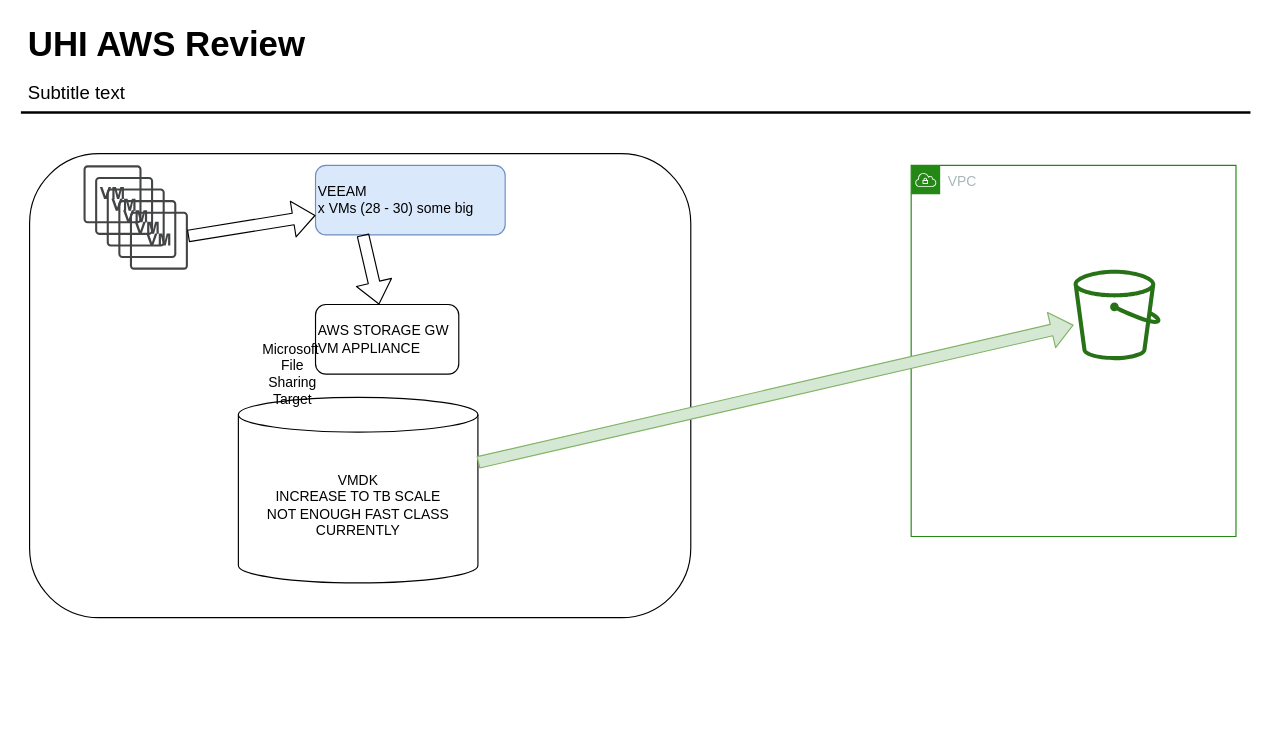
This is page "LARGE LOCAL" (4 of 11) of uhi.drawio from taupoali/awsdiagrams, a draw.io file, before an edit. Source tidied: cells renumbered, new cells numbered last; positions are measured from the earlier drawing's top-left corner, leaving out a move shared by most shapes. Both pictures are drawn from the tidied source at 116%, with x=0, y=0 at pixel (20, 19).
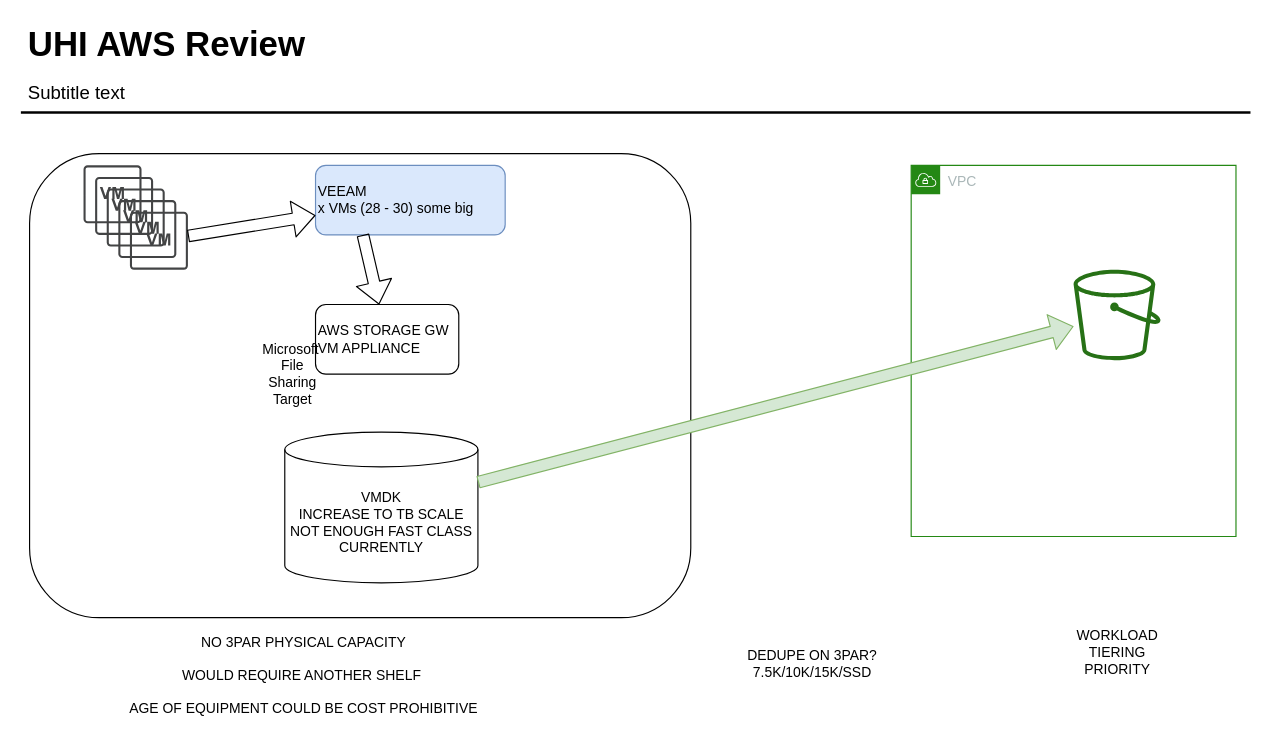
After the change.

Change to the diagram source:
```diff
@@
     <mxCell id="14" value="VMDK&lt;br&gt;INCREASE TO TB SCALE&lt;br&gt;NOT ENOUGH FAST CLASS CURRENTLY" style="shape=cylinder3;whiteSpace=wrap;html=1;boundedLbl=1;backgroundOutline=1;size=15;" parent="1" vertex="1">
-      <mxGeometry x="188" y="326" width="206.5" height="160" as="geometry" />
+      <mxGeometry x="228" y="356" width="166.5" height="130" as="geometry" />
     </mxCell>
@@
+    <mxCell id="20" value="NO 3PAR PHYSICAL CAPACITY&lt;br&gt;&lt;br&gt;WOULD REQUIRE ANOTHER SHELF&amp;nbsp;&lt;br&gt;&lt;br&gt;AGE OF EQUIPMENT COULD BE COST PROHIBITIVE" style="text;html=1;strokeColor=none;fillColor=none;align=center;verticalAlign=middle;whiteSpace=wrap;rounded=0;" parent="1" vertex="1">
+      <mxGeometry x="89.5" y="556" width="308.5" height="20" as="geometry" />
+    </mxCell>
+    <mxCell id="21" value="DEDUPE ON 3PAR?&lt;br&gt;7.5K/10K/15K/SSD" style="text;html=1;strokeColor=none;fillColor=none;align=center;verticalAlign=middle;whiteSpace=wrap;rounded=0;" parent="1" vertex="1">
+      <mxGeometry x="568" y="546" width="230" height="20" as="geometry" />
+    </mxCell>
+    <mxCell id="22" value="WORKLOAD TIERING&lt;br&gt;PRIORITY&lt;br&gt;" style="text;html=1;strokeColor=none;fillColor=none;align=center;verticalAlign=middle;whiteSpace=wrap;rounded=0;" parent="1" vertex="1">
+      <mxGeometry x="925.5" y="536" width="40" height="20" as="geometry" />
+    </mxCell>
```
